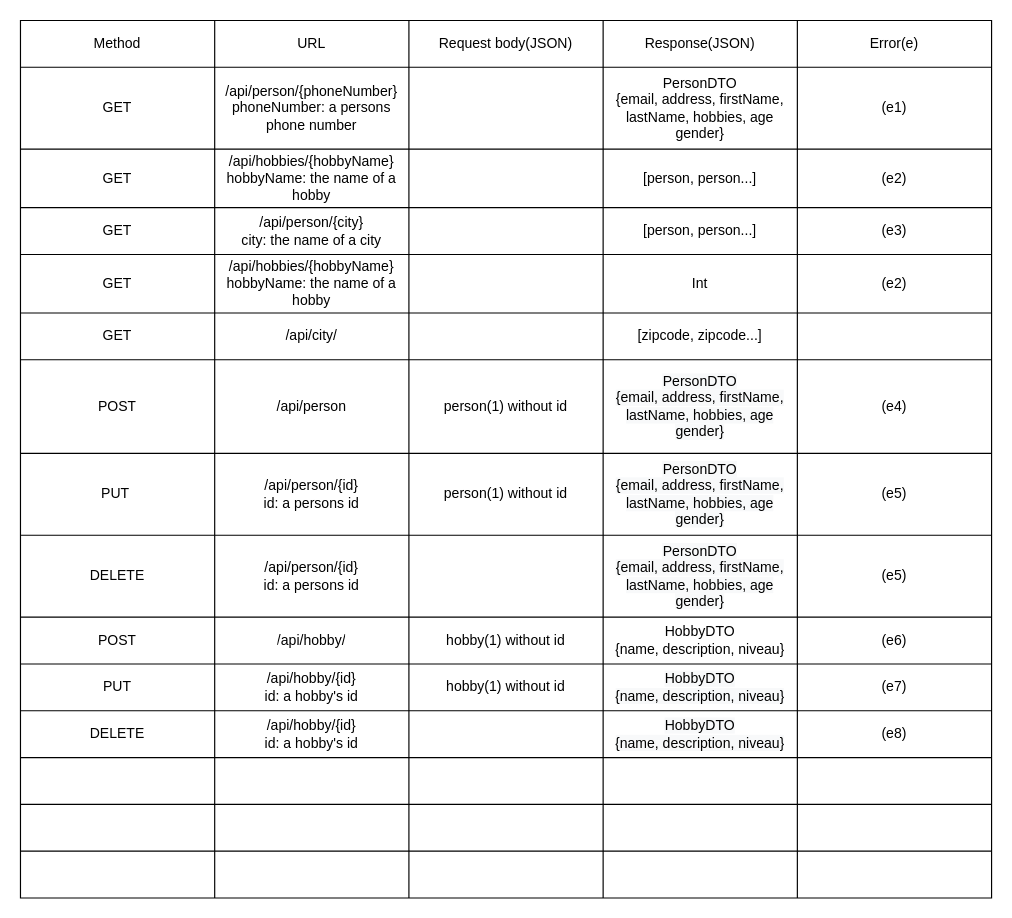
The draw.io diagram src/main/resources/API-documentation.drawio in nk11-dat/CA-1, before the edit. Source tidied: cells renumbered, new cells numbered last; positions are measured from the earlier drawing's top-left corner, leaving out a move shared by most shapes. Both pictures are drawn from the tidied source at 117%, with x=0, y=0 at pixel (20, 20).
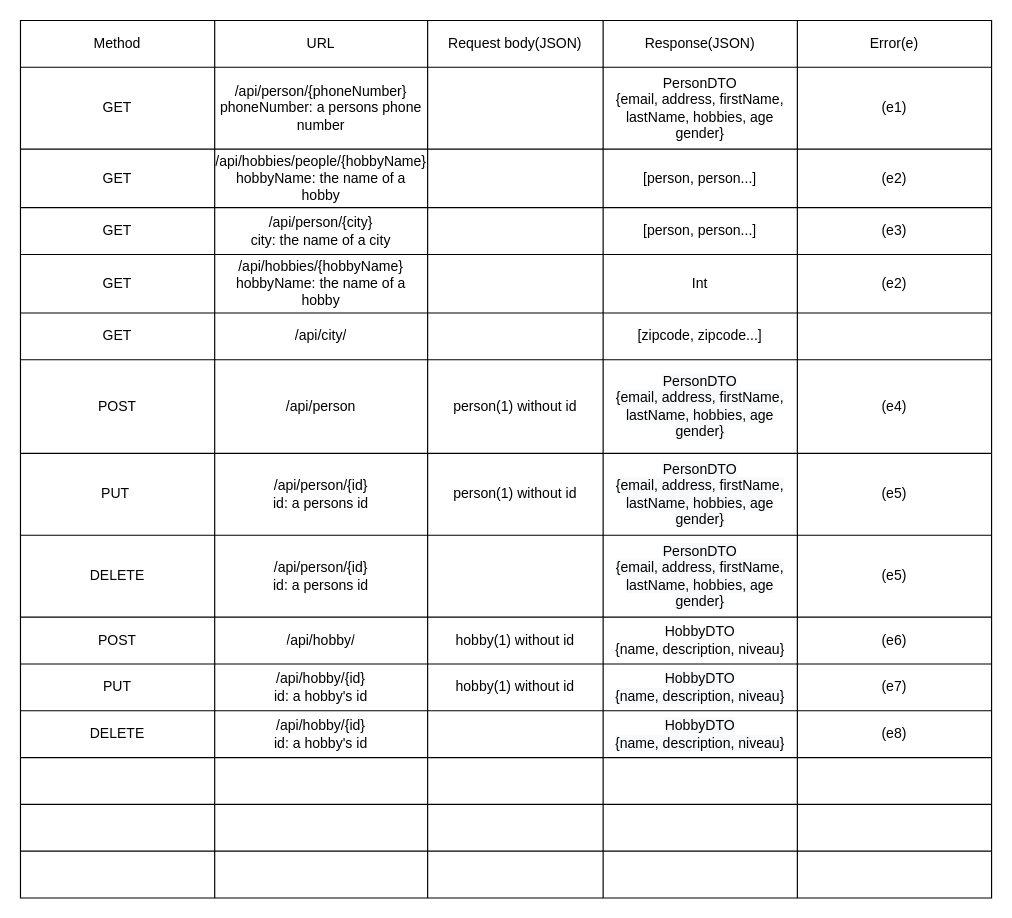
After the change.

Unchanged cells that the change refers to:
```xml
<mxCell id="3" style="shape=tableRow;horizontal=0;startSize=0;swimlaneHead=0;swimlaneBody=0;top=0;left=0;bottom=0;right=0;fillColor=none;" parent="2" vertex="1">
  <mxGeometry width="830" height="40" as="geometry" />
</mxCell>
<mxCell id="9" style="shape=tableRow;horizontal=0;startSize=0;swimlaneHead=0;swimlaneBody=0;top=0;left=0;bottom=0;right=0;fillColor=none;" parent="2" vertex="1">
  <mxGeometry y="40" width="830" height="70" as="geometry" />
</mxCell>
<mxCell id="15" style="shape=tableRow;horizontal=0;startSize=0;swimlaneHead=0;swimlaneBody=0;top=0;left=0;bottom=0;right=0;fillColor=none;" parent="2" vertex="1">
  <mxGeometry y="110" width="830" height="50" as="geometry" />
</mxCell>
<mxCell id="21" style="shape=tableRow;horizontal=0;startSize=0;swimlaneHead=0;swimlaneBody=0;top=0;left=0;bottom=0;right=0;fillColor=none;" parent="2" vertex="1">
  <mxGeometry y="160" width="830" height="40" as="geometry" />
</mxCell>
<mxCell id="27" style="shape=tableRow;horizontal=0;startSize=0;swimlaneHead=0;swimlaneBody=0;top=0;left=0;bottom=0;right=0;fillColor=none;" parent="2" vertex="1">
  <mxGeometry y="200" width="830" height="50" as="geometry" />
</mxCell>
<mxCell id="33" style="shape=tableRow;horizontal=0;startSize=0;swimlaneHead=0;swimlaneBody=0;top=0;left=0;bottom=0;right=0;fillColor=none;" parent="2" vertex="1">
  <mxGeometry y="250" width="830" height="40" as="geometry" />
</mxCell>
<mxCell id="39" style="shape=tableRow;horizontal=0;startSize=0;swimlaneHead=0;swimlaneBody=0;top=0;left=0;bottom=0;right=0;fillColor=none;" parent="2" vertex="1">
  <mxGeometry y="290" width="830" height="80" as="geometry" />
</mxCell>
<mxCell id="45" style="shape=tableRow;horizontal=0;startSize=0;swimlaneHead=0;swimlaneBody=0;top=0;left=0;bottom=0;right=0;fillColor=none;" parent="2" vertex="1">
  <mxGeometry y="370" width="830" height="70" as="geometry" />
</mxCell>
<mxCell id="51" style="shape=tableRow;horizontal=0;startSize=0;swimlaneHead=0;swimlaneBody=0;top=0;left=0;bottom=0;right=0;fillColor=none;" parent="2" vertex="1">
  <mxGeometry y="440" width="830" height="70" as="geometry" />
</mxCell>
<mxCell id="57" style="shape=tableRow;horizontal=0;startSize=0;swimlaneHead=0;swimlaneBody=0;top=0;left=0;bottom=0;right=0;fillColor=none;" parent="2" vertex="1">
  <mxGeometry y="510" width="830" height="40" as="geometry" />
</mxCell>
<mxCell id="63" style="shape=tableRow;horizontal=0;startSize=0;swimlaneHead=0;swimlaneBody=0;top=0;left=0;bottom=0;right=0;fillColor=none;" parent="2" vertex="1">
  <mxGeometry y="550" width="830" height="40" as="geometry" />
</mxCell>
<mxCell id="69" style="shape=tableRow;horizontal=0;startSize=0;swimlaneHead=0;swimlaneBody=0;top=0;left=0;bottom=0;right=0;fillColor=none;" parent="2" vertex="1">
  <mxGeometry y="590" width="830" height="40" as="geometry" />
</mxCell>
<mxCell id="75" style="shape=tableRow;horizontal=0;startSize=0;swimlaneHead=0;swimlaneBody=0;top=0;left=0;bottom=0;right=0;fillColor=none;" parent="2" vertex="1">
  <mxGeometry y="630" width="830" height="40" as="geometry" />
</mxCell>
<mxCell id="81" style="shape=tableRow;horizontal=0;startSize=0;swimlaneHead=0;swimlaneBody=0;top=0;left=0;bottom=0;right=0;fillColor=none;" parent="2" vertex="1">
  <mxGeometry y="670" width="830" height="40" as="geometry" />
</mxCell>
<mxCell id="87" style="shape=tableRow;horizontal=0;startSize=0;swimlaneHead=0;swimlaneBody=0;top=0;left=0;bottom=0;right=0;fillColor=none;" parent="2" vertex="1">
  <mxGeometry y="710" width="830" height="40" as="geometry" />
</mxCell>
```

Diff of the diagram source:
```diff
@@
     <mxCell id="5" value="URL" style="shape=partialRectangle;html=1;whiteSpace=wrap;overflow=hidden;fillColor=none;top=0;left=0;bottom=0;right=0;" parent="3" vertex="1">
-      <mxGeometry x="166" width="166" height="40" as="geometry" />
+      <mxGeometry x="166" width="182" height="40" as="geometry" />
     </mxCell>
     <mxCell id="6" value="Request body(JSON)" style="shape=partialRectangle;html=1;whiteSpace=wrap;overflow=hidden;fillColor=none;top=0;left=0;bottom=0;right=0;" parent="3" vertex="1">
-      <mxGeometry x="332" width="166" height="40" as="geometry" />
+      <mxGeometry x="348" width="150" height="40" as="geometry" />
     </mxCell>
@@
     <mxCell id="11" value="/api/person/{phoneNumber}&lt;br&gt;phoneNumber: a persons phone number" style="shape=partialRectangle;html=1;whiteSpace=wrap;overflow=hidden;fillColor=none;top=0;left=0;bottom=0;right=0;" parent="9" vertex="1">
-      <mxGeometry x="166" width="166" height="70" as="geometry" />
+      <mxGeometry x="166" width="182" height="70" as="geometry" />
     </mxCell>
     <mxCell id="12" style="shape=partialRectangle;html=1;whiteSpace=wrap;overflow=hidden;fillColor=none;top=0;left=0;bottom=0;right=0;" parent="9" vertex="1">
-      <mxGeometry x="332" width="166" height="70" as="geometry" />
+      <mxGeometry x="348" width="150" height="70" as="geometry" />
     </mxCell>
@@
-    <mxCell id="17" value="/api/hobbies/{hobbyName}&lt;br&gt;hobbyName: the name of a hobby" style="shape=partialRectangle;html=1;whiteSpace=wrap;overflow=hidden;fillColor=none;top=0;left=0;bottom=0;right=0;" parent="15" vertex="1">
-      <mxGeometry x="166" width="166" height="50" as="geometry" />
+    <mxCell id="17" value="/api/hobbies/people/{hobbyName}&lt;br&gt;hobbyName: the name of a hobby" style="shape=partialRectangle;html=1;whiteSpace=wrap;overflow=hidden;fillColor=none;top=0;left=0;bottom=0;right=0;" parent="15" vertex="1">
+      <mxGeometry x="166" width="182" height="50" as="geometry" />
     </mxCell>
     <mxCell id="18" style="shape=partialRectangle;html=1;whiteSpace=wrap;overflow=hidden;fillColor=none;top=0;left=0;bottom=0;right=0;" parent="15" vertex="1">
-      <mxGeometry x="332" width="166" height="50" as="geometry" />
+      <mxGeometry x="348" width="150" height="50" as="geometry" />
     </mxCell>
@@
     <mxCell id="23" value="/api/person/{city}&lt;br&gt;city: the name of a city" style="shape=partialRectangle;html=1;whiteSpace=wrap;overflow=hidden;fillColor=none;top=0;left=0;bottom=0;right=0;" parent="21" vertex="1">
-      <mxGeometry x="166" width="166" height="40" as="geometry" />
+      <mxGeometry x="166" width="182" height="40" as="geometry" />
     </mxCell>
     <mxCell id="24" style="shape=partialRectangle;html=1;whiteSpace=wrap;overflow=hidden;fillColor=none;top=0;left=0;bottom=0;right=0;" parent="21" vertex="1">
-      <mxGeometry x="332" width="166" height="40" as="geometry" />
+      <mxGeometry x="348" width="150" height="40" as="geometry" />
     </mxCell>
@@
     <mxCell id="29" value="/api/hobbies/{hobbyName}&lt;br&gt;hobbyName: the name of a hobby" style="shape=partialRectangle;html=1;whiteSpace=wrap;overflow=hidden;fillColor=none;top=0;left=0;bottom=0;right=0;" parent="27" vertex="1">
-      <mxGeometry x="166" width="166" height="50" as="geometry" />
+      <mxGeometry x="166" width="182" height="50" as="geometry" />
     </mxCell>
     <mxCell id="30" style="shape=partialRectangle;html=1;whiteSpace=wrap;overflow=hidden;fillColor=none;top=0;left=0;bottom=0;right=0;" parent="27" vertex="1">
-      <mxGeometry x="332" width="166" height="50" as="geometry" />
+      <mxGeometry x="348" width="150" height="50" as="geometry" />
     </mxCell>
@@
     <mxCell id="35" value="/api/city/" style="shape=partialRectangle;html=1;whiteSpace=wrap;overflow=hidden;fillColor=none;top=0;left=0;bottom=0;right=0;" parent="33" vertex="1">
-      <mxGeometry x="166" width="166" height="40" as="geometry" />
+      <mxGeometry x="166" width="182" height="40" as="geometry" />
     </mxCell>
     <mxCell id="36" style="shape=partialRectangle;html=1;whiteSpace=wrap;overflow=hidden;fillColor=none;top=0;left=0;bottom=0;right=0;" parent="33" vertex="1">
-      <mxGeometry x="332" width="166" height="40" as="geometry" />
+      <mxGeometry x="348" width="150" height="40" as="geometry" />
     </mxCell>
@@
     <mxCell id="41" value="/api/person" style="shape=partialRectangle;html=1;whiteSpace=wrap;overflow=hidden;fillColor=none;top=0;left=0;bottom=0;right=0;" parent="39" vertex="1">
-      <mxGeometry x="166" width="166" height="80" as="geometry" />
+      <mxGeometry x="166" width="182" height="80" as="geometry" />
     </mxCell>
     <mxCell id="42" value="person(1) without id" style="shape=partialRectangle;html=1;whiteSpace=wrap;overflow=hidden;fillColor=none;top=0;left=0;bottom=0;right=0;" parent="39" vertex="1">
-      <mxGeometry x="332" width="166" height="80" as="geometry" />
+      <mxGeometry x="348" width="150" height="80" as="geometry" />
     </mxCell>
@@
     <mxCell id="47" value="/api/person/{id}&lt;br&gt;id: a persons id" style="shape=partialRectangle;html=1;whiteSpace=wrap;overflow=hidden;fillColor=none;top=0;left=0;bottom=0;right=0;" parent="45" vertex="1">
-      <mxGeometry x="166" width="166" height="70" as="geometry" />
+      <mxGeometry x="166" width="182" height="70" as="geometry" />
     </mxCell>
     <mxCell id="48" value="person(1) without id" style="shape=partialRectangle;html=1;whiteSpace=wrap;overflow=hidden;fillColor=none;top=0;left=0;bottom=0;right=0;" parent="45" vertex="1">
-      <mxGeometry x="332" width="166" height="70" as="geometry" />
+      <mxGeometry x="348" width="150" height="70" as="geometry" />
     </mxCell>
@@
     <mxCell id="53" value="/api/person/{id}&lt;br&gt;id: a persons id" style="shape=partialRectangle;html=1;whiteSpace=wrap;overflow=hidden;fillColor=none;top=0;left=0;bottom=0;right=0;" parent="51" vertex="1">
-      <mxGeometry x="166" width="166" height="70" as="geometry" />
+      <mxGeometry x="166" width="182" height="70" as="geometry" />
     </mxCell>
     <mxCell id="54" style="shape=partialRectangle;html=1;whiteSpace=wrap;overflow=hidden;fillColor=none;top=0;left=0;bottom=0;right=0;" parent="51" vertex="1">
-      <mxGeometry x="332" width="166" height="70" as="geometry" />
+      <mxGeometry x="348" width="150" height="70" as="geometry" />
     </mxCell>
@@
     <mxCell id="59" value="/api/hobby/" style="shape=partialRectangle;html=1;whiteSpace=wrap;overflow=hidden;fillColor=none;top=0;left=0;bottom=0;right=0;" parent="57" vertex="1">
-      <mxGeometry x="166" width="166" height="40" as="geometry" />
+      <mxGeometry x="166" width="182" height="40" as="geometry" />
     </mxCell>
     <mxCell id="60" value="hobby(1) without id" style="shape=partialRectangle;html=1;whiteSpace=wrap;overflow=hidden;fillColor=none;top=0;left=0;bottom=0;right=0;" parent="57" vertex="1">
-      <mxGeometry x="332" width="166" height="40" as="geometry" />
+      <mxGeometry x="348" width="150" height="40" as="geometry" />
     </mxCell>
@@
     <mxCell id="65" value="/api/hobby/{id}&lt;br&gt;id: a hobby's id" style="shape=partialRectangle;html=1;whiteSpace=wrap;overflow=hidden;fillColor=none;top=0;left=0;bottom=0;right=0;" parent="63" vertex="1">
-      <mxGeometry x="166" width="166" height="40" as="geometry" />
+      <mxGeometry x="166" width="182" height="40" as="geometry" />
     </mxCell>
     <mxCell id="66" value="hobby(1) without id" style="shape=partialRectangle;html=1;whiteSpace=wrap;overflow=hidden;fillColor=none;top=0;left=0;bottom=0;right=0;" parent="63" vertex="1">
-      <mxGeometry x="332" width="166" height="40" as="geometry" />
+      <mxGeometry x="348" width="150" height="40" as="geometry" />
     </mxCell>
@@
     <mxCell id="71" value="/api/hobby/{id}&lt;br&gt;id: a hobby's id" style="shape=partialRectangle;html=1;whiteSpace=wrap;overflow=hidden;fillColor=none;top=0;left=0;bottom=0;right=0;" parent="69" vertex="1">
-      <mxGeometry x="166" width="166" height="40" as="geometry" />
+      <mxGeometry x="166" width="182" height="40" as="geometry" />
     </mxCell>
     <mxCell id="72" style="shape=partialRectangle;html=1;whiteSpace=wrap;overflow=hidden;fillColor=none;top=0;left=0;bottom=0;right=0;" parent="69" vertex="1">
-      <mxGeometry x="332" width="166" height="40" as="geometry" />
+      <mxGeometry x="348" width="150" height="40" as="geometry" />
     </mxCell>
@@
     <mxCell id="77" style="shape=partialRectangle;html=1;whiteSpace=wrap;overflow=hidden;fillColor=none;top=0;left=0;bottom=0;right=0;" parent="75" vertex="1">
-      <mxGeometry x="166" width="166" height="40" as="geometry" />
+      <mxGeometry x="166" width="182" height="40" as="geometry" />
     </mxCell>
     <mxCell id="78" style="shape=partialRectangle;html=1;whiteSpace=wrap;overflow=hidden;fillColor=none;top=0;left=0;bottom=0;right=0;" parent="75" vertex="1">
-      <mxGeometry x="332" width="166" height="40" as="geometry" />
+      <mxGeometry x="348" width="150" height="40" as="geometry" />
     </mxCell>
@@
     <mxCell id="83" style="shape=partialRectangle;html=1;whiteSpace=wrap;overflow=hidden;fillColor=none;top=0;left=0;bottom=0;right=0;" parent="81" vertex="1">
-      <mxGeometry x="166" width="166" height="40" as="geometry" />
+      <mxGeometry x="166" width="182" height="40" as="geometry" />
     </mxCell>
     <mxCell id="84" style="shape=partialRectangle;html=1;whiteSpace=wrap;overflow=hidden;fillColor=none;top=0;left=0;bottom=0;right=0;" parent="81" vertex="1">
-      <mxGeometry x="332" width="166" height="40" as="geometry" />
+      <mxGeometry x="348" width="150" height="40" as="geometry" />
     </mxCell>
@@
     <mxCell id="89" style="shape=partialRectangle;html=1;whiteSpace=wrap;overflow=hidden;fillColor=none;top=0;left=0;bottom=0;right=0;" parent="87" vertex="1">
-      <mxGeometry x="166" width="166" height="40" as="geometry" />
+      <mxGeometry x="166" width="182" height="40" as="geometry" />
     </mxCell>
     <mxCell id="90" style="shape=partialRectangle;html=1;whiteSpace=wrap;overflow=hidden;fillColor=none;top=0;left=0;bottom=0;right=0;" parent="87" vertex="1">
-      <mxGeometry x="332" width="166" height="40" as="geometry" />
+      <mxGeometry x="348" width="150" height="40" as="geometry" />
     </mxCell>
```
